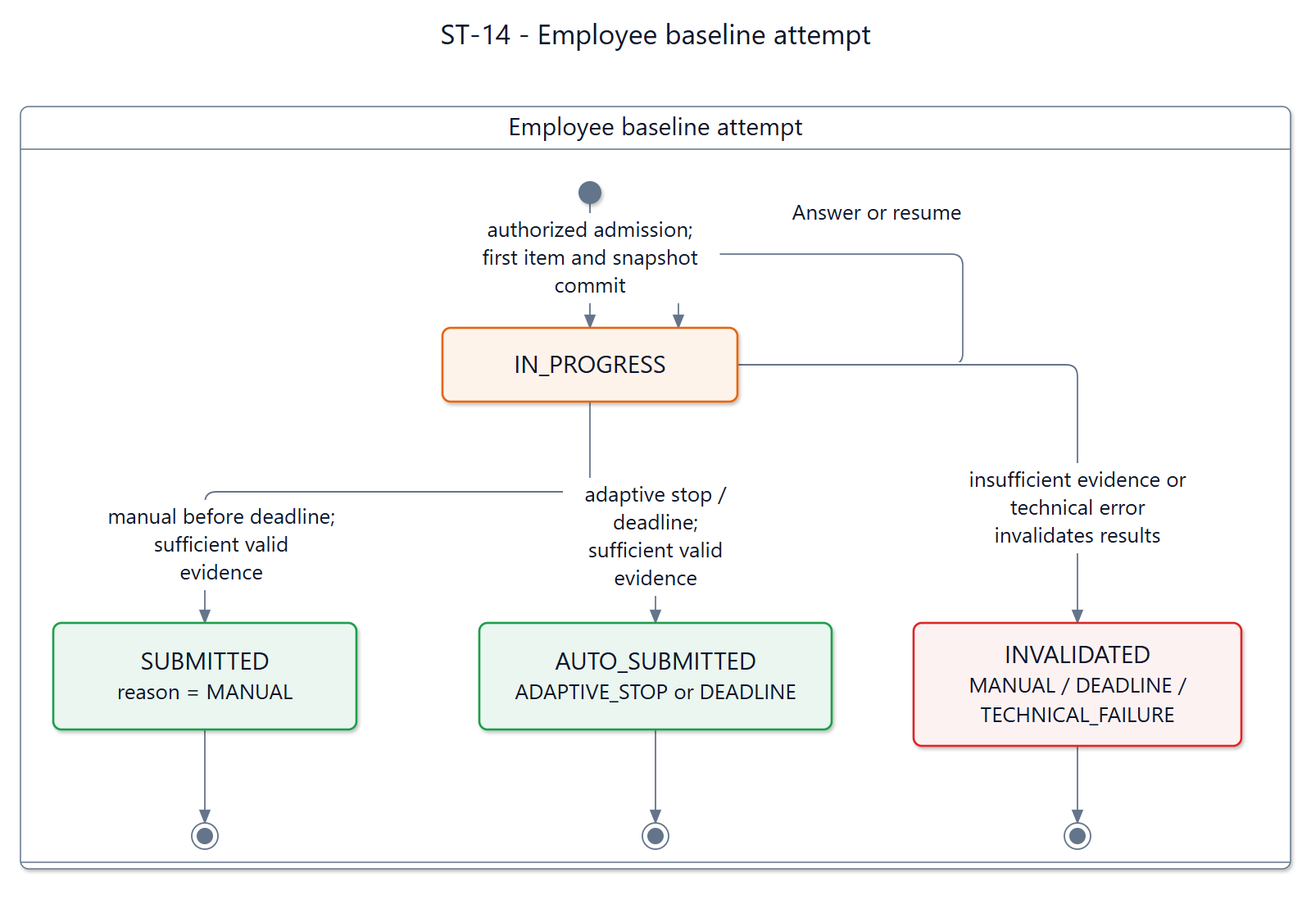
Before: documents/diagrams/mermaid/st-14.png, a diagram exported from Mermaid (SEP490-Fall-2026-GFA26SE64/SEP490). Its source is kept beside it as documents/diagrams/mermaid/st-14.mmd.
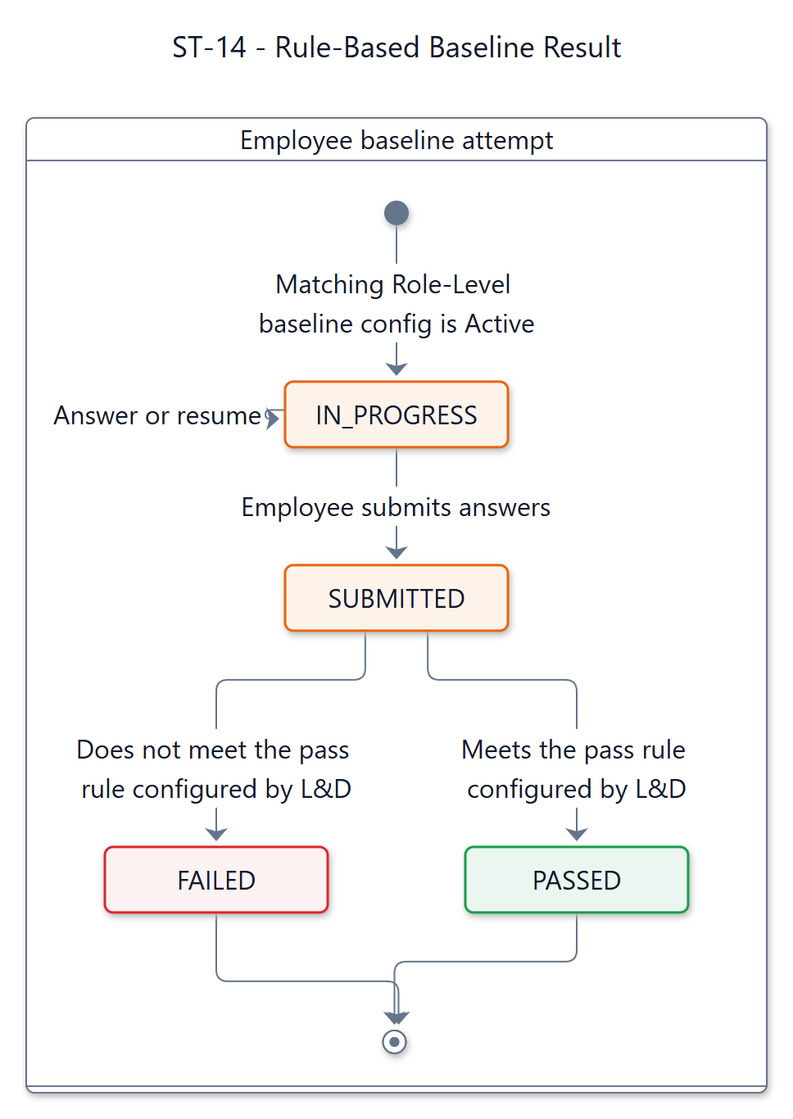
Later version of the same file.

The edit, as a diff of the source:
```diff
@@ -1,26 +1,26 @@
 ---
-title: "ST-14 - Employee baseline attempt"
-config: {"theme":"base","fontFamily":"Segoe UI, Arial, sans-serif","themeVariables":{"fontFamily":"Segoe UI, Arial, sans-serif","fontSize":"16px","primaryColor":"#ffffff","primaryTextColor":"#0f1729","primaryBorderColor":"#64748b","secondaryColor":"#fef3eb","tertiaryColor":"#ffffff","lineColor":"#64748b","textColor":"#0f1729","mainBkg":"#ffffff","background":"#ffffff","clusterBkg":"#ffffff","clusterBorder":"#64748b","edgeLabelBackground":"#ffffff","titleColor":"#0f1729","noteBkgColor":"#fef3eb","noteTextColor":"#0f1729","noteBorderColor":"#e6650f","labelColor":"#0f1729","compositeBackground":"#ffffff","compositeTitleBackground":"#ffffff","compositeBorder":"#64748b","altBackground":"#ffffff","nodeBorder":"#64748b","nodeTextColor":"#0f1729","cScale0":"#ffffff","cScaleLabel0":"#0f1729","cScale1":"#ffffff","cScaleLabel1":"#0f1729","cScale2":"#ffffff","cScaleLabel2":"#0f1729","cScale3":"#ffffff","cScaleLabel3":"#0f1729","cScale4":"#ffffff","cScaleLabel4":"#0f1729","cScale5":"#ffffff","cScaleLabel5":"#0f1729","cScale6":"#ffffff","cScaleLabel6":"#0f1729","cScale7":"#ffffff","cScaleLabel7":"#0f1729","cScale8":"#ffffff","cScaleLabel8":"#0f1729","cScale9":"#ffffff","cScaleLabel9":"#0f1729","cScale10":"#ffffff","cScaleLabel10":"#0f1729","cScale11":"#ffffff","cScaleLabel11":"#0f1729","secondaryBorderColor":"#64748b","tertiaryBorderColor":"#64748b","secondaryTextColor":"#0f1729","tertiaryTextColor":"#0f1729"},"state":{"nodeSpacing":42,"rankSpacing":64,"padding":16,"fontSize":16,"wrappingWidth":250}}
+title: "ST-14 - Rule-Based Baseline Result"
+config: {"theme":"base","fontFamily":"Segoe UI, Arial, sans-serif","themeVariables":{"fontFamily":"Segoe UI, Arial, sans-serif","fontSize":"16px","primaryColor":"#ffffff","primaryTextColor":"#0f1729","primaryBorderColor":"#64748b","secondaryColor":"#fef3eb","tertiaryColor":"#ffffff","lineColor":"#64748b","textColor":"#0f1729","mainBkg":"#ffffff","background":"#ffffff","clusterBkg":"#ffffff","clusterBorder":"#64748b","edgeLabelBackground":"#ffffff","titleColor":"#0f1729","noteBkgColor":"#fef3eb","noteTextColor":"#0f1729","noteBorderColor":"#e6650f","labelColor":"#0f1729","compositeBackground":"#ffffff","compositeTitleBackground":"#ffffff","compositeBorder":"#64748b","altBackground":"#ffffff","nodeBorder":"#64748b","nodeTextColor":"#0f1729","cScale0":"#ffffff","cScaleLabel0":"#0f1729","cScale1":"#ffffff","cScaleLabel1":"#0f1729","cScale2":"#ffffff","cScaleLabel2":"#0f1729","cScale3":"#ffffff","cScaleLabel3":"#0f1729","cScale4":"#ffffff","cScaleLabel4":"#0f1729","cScale5":"#ffffff","cScaleLabel5":"#0f1729","cScale6":"#ffffff","cScaleLabel6":"#0f1729","cScale7":"#ffffff","cScaleLabel7":"#0f1729","cScale8":"#ffffff","cScaleLabel8":"#0f1729","cScale9":"#ffffff","cScaleLabel9":"#0f1729","cScale10":"#ffffff","cScaleLabel10":"#0f1729","cScale11":"#ffffff","cScaleLabel11":"#0f1729","secondaryBorderColor":"#64748b","tertiaryBorderColor":"#64748b","secondaryTextColor":"#0f1729","tertiaryTextColor":"#0f1729"},"state":{"nodeSpacing":42,"rankSpacing":64,"padding":16,"fontSize":16,"wrappingWidth":250},"look":"neo"}
 ---
 stateDiagram-v2
+  direction TB
   state "Employee baseline attempt" as Group0 {
     state "IN_PROGRESS" as progress
-    state "SUBMITTED<br/>reason = MANUAL" as submitted
-    state "AUTO_SUBMITTED<br/>ADAPTIVE_STOP or DEADLINE" as auto
-    state "INVALIDATED<br/>MANUAL / DEADLINE /<br/>TECHNICAL_FAILURE" as invalid
-    [*] --> progress : authorized admission; first item and snapshot commit
+    state "SUBMITTED" as submitted
+    state "PASSED" as passed
+    state "FAILED" as failed
+    [*] --> progress : Matching Role-Level baseline config is Active
     progress --> progress : Answer or resume
-    progress --> submitted : manual before deadline; sufficient valid evidence
-    progress --> auto : adaptive stop / deadline; sufficient valid evidence
-    progress --> invalid : insufficient evidence or technical error invalidates results
-    submitted --> [*]
-    auto --> [*]
-    invalid --> [*]
+    progress --> submitted : Employee submits answers
+    submitted --> passed : Meets the pass rule configured by L&D
+    submitted --> failed : Does not meet the pass rule configured by L&D
+    passed --> [*]
+    failed --> [*]
   }
   classDef accepted fill:#eaf6ef,stroke:#1a9e4a,color:#0f1729,stroke-width:1.5px
   classDef attention fill:#fdf2f2,stroke:#dc2828,color:#0f1729,stroke-width:1.5px
   classDef working fill:#fef3eb,stroke:#e6650f,color:#0f1729,stroke-width:1.5px
   class progress working
-  class submitted accepted
-  class auto accepted
-  class invalid attention
+  class submitted working
+  class passed accepted
+  class failed attention
```
